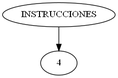
joshi-debb/xsql_ide_ply keeps this Graphviz diagram as backend/AST.png. Above is the earlier version. Its source is kept beside it as backend/AST.dot.
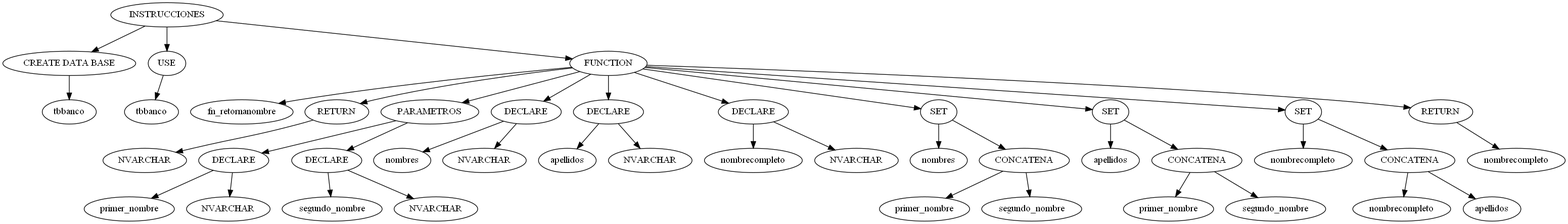
Above is the later version.

What changed in the source:
```diff
@@ -1,5 +1,85 @@
 digraph {
 	0 [label = "INSTRUCCIONES"];
-	1 [label = "4"];
+	1 [label = "CREATE DATA BASE"];
+	2 [label = "tbbanco"];
+	3 [label = "USE"];
+	4 [label = "tbbanco"];
+	5 [label = "FUNCTION"];
+	6 [label = "fn_retornanombre"];
+	7 [label = "RETURN"];
+	8 [label = "NVARCHAR"];
+	9 [label = "PARAMETROS"];
+	10 [label = "DECLARE"];
+	11 [label = "primer_nombre"];
+	12 [label = "NVARCHAR"];
+	13 [label = "DECLARE"];
+	14 [label = "segundo_nombre"];
+	15 [label = "NVARCHAR"];
+	16 [label = "DECLARE"];
+	17 [label = "nombres"];
+	18 [label = "NVARCHAR"];
+	19 [label = "DECLARE"];
+	20 [label = "apellidos"];
+	21 [label = "NVARCHAR"];
+	22 [label = "DECLARE"];
+	23 [label = "nombrecompleto"];
+	24 [label = "NVARCHAR"];
+	25 [label = "SET"];
+	26 [label = "nombres"];
+	27 [label = "CONCATENA"];
+	28 [label = "primer_nombre"];
+	29 [label = "segundo_nombre"];
+	30 [label = "SET"];
+	31 [label = "apellidos"];
+	32 [label = "CONCATENA"];
+	33 [label = "primer_nombre"];
+	34 [label = "segundo_nombre"];
+	35 [label = "SET"];
+	36 [label = "nombrecompleto"];
+	37 [label = "CONCATENA"];
+	38 [label = "nombrecompleto"];
+	39 [label = "apellidos"];
+	40 [label = "RETURN"];
+	42 [label = "nombrecompleto"];
 	0 -> 1;
+	1 -> 2;
+	0 -> 3;
+	3 -> 4;
+	0 -> 5;
+	5 -> 6;
+	5 -> 7;
+	7 -> 8;
+	5 -> 9;
+	9 -> 10;
+	10 -> 11;
+	10 -> 12;
+	9 -> 13;
+	13 -> 14;
+	13 -> 15;
+	5 -> 16;
+	16 -> 17;
+	16 -> 18;
+	5 -> 19;
+	19 -> 20;
+	19 -> 21;
+	5 -> 22;
+	22 -> 23;
+	22 -> 24;
+	5 -> 25;
+	25 -> 26;
+	25 -> 27;
+	27 -> 28;
+	27 -> 29;
+	5 -> 30;
+	30 -> 31;
+	30 -> 32;
+	32 -> 33;
+	32 -> 34;
+	5 -> 35;
+	35 -> 36;
+	35 -> 37;
+	37 -> 38;
+	37 -> 39;
+	5 -> 40;
+	40 -> 42;
 }
```
